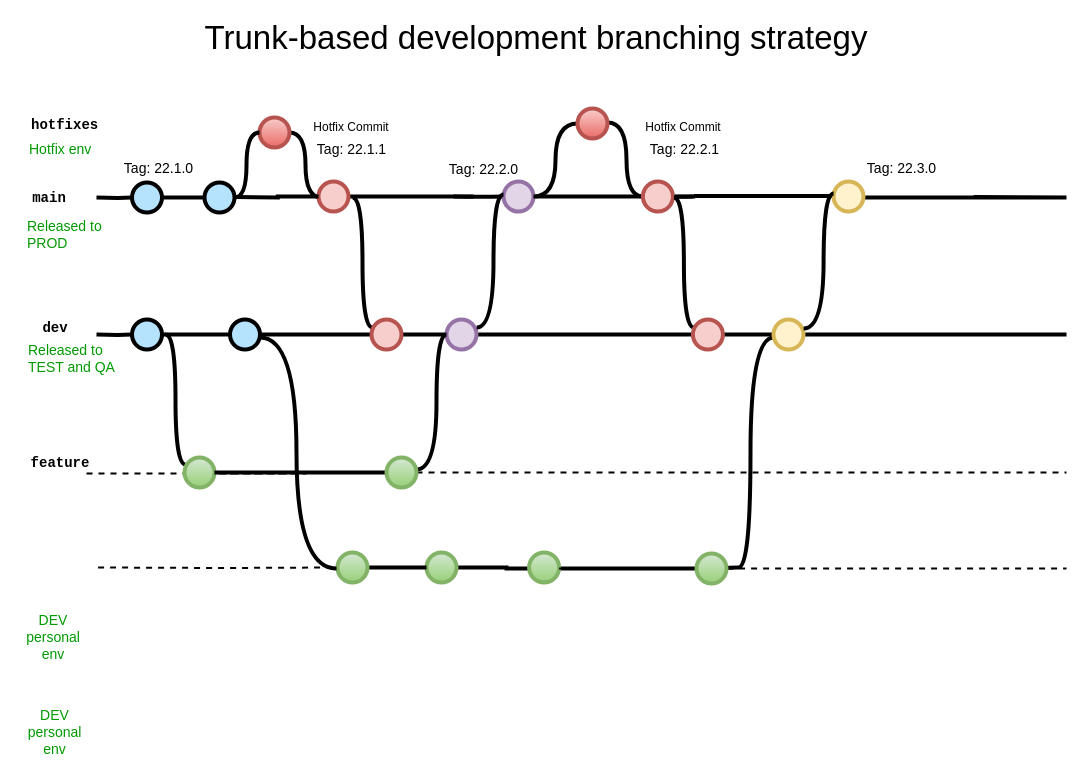
The draw.io diagram Trunk-based development diagram.drawio in pivko4life/workstuff, before the edit. Source tidied: cells renumbered, new cells numbered last; positions are measured from the earlier drawing's top-left corner, leaving out a move shared by most shapes. Both pictures are drawn from the tidied source at 100%, with x=0, y=0 at pixel (20, 17).
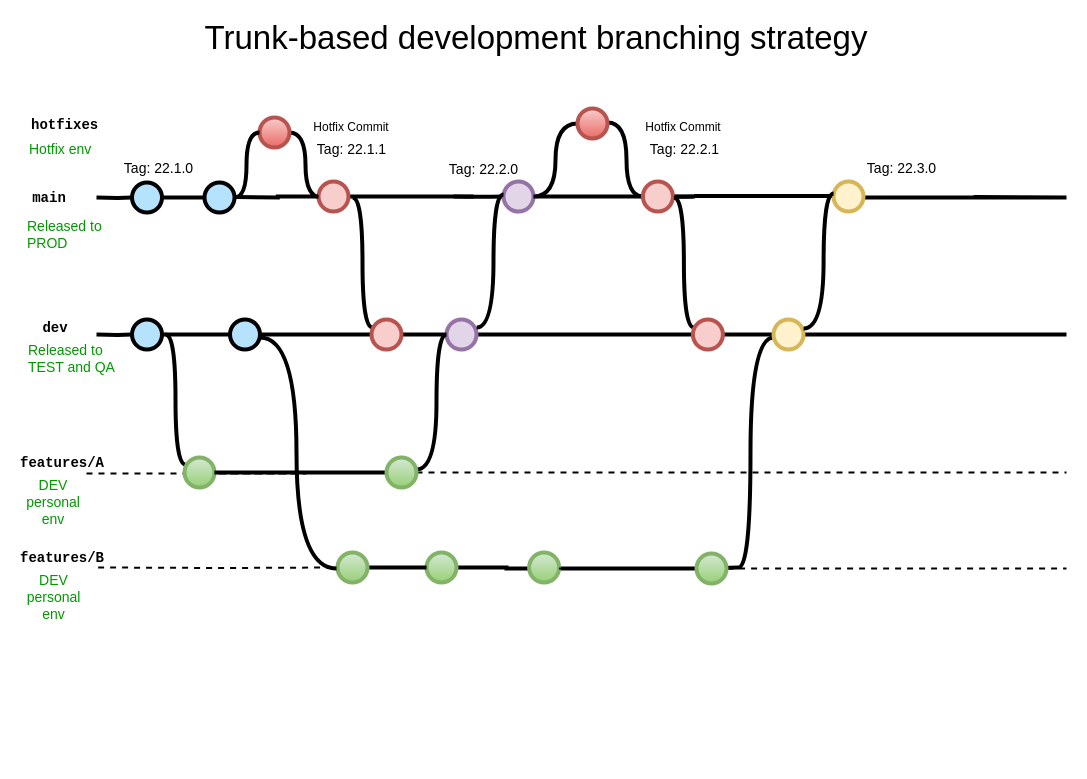
Above is the later version.

What changed in the source:
```diff
@@
-    <mxCell id="3" value="feature" style="text;html=1;strokeColor=none;fillColor=none;align=center;verticalAlign=middle;whiteSpace=wrap;overflow=hidden;fontSize=14;fontStyle=1;fontFamily=Courier New;" parent="1" vertex="1">
-      <mxGeometry x="4" y="435" width="72" height="20" as="geometry" />
+    <mxCell id="3" value="features/A" style="text;html=1;strokeColor=none;fillColor=none;align=center;verticalAlign=middle;whiteSpace=wrap;overflow=hidden;fontSize=14;fontStyle=1;fontFamily=Courier New;" parent="1" vertex="1">
+      <mxGeometry x="-3" y="435" width="90" height="20" as="geometry" />
     </mxCell>
@@
     <mxCell id="54" value="DEV personal env" style="text;html=1;strokeColor=none;fillColor=none;align=center;verticalAlign=middle;whiteSpace=wrap;overflow=hidden;fontSize=14;fontStyle=0;fontColor=#009900;" parent="1" vertex="1">
-      <mxGeometry x="0.6" y="685" width="67.2" height="60" as="geometry" />
+      <mxGeometry x="-0.2" y="550" width="67.2" height="60" as="geometry" />
     </mxCell>
@@
     <mxCell id="56" value="DEV personal env" style="text;html=1;strokeColor=none;fillColor=none;align=center;verticalAlign=middle;whiteSpace=wrap;overflow=hidden;fontSize=14;fontStyle=0;fontColor=#009900;" parent="1" vertex="1">
-      <mxGeometry x="-0.2" y="590" width="66.2" height="59" as="geometry" />
+      <mxGeometry x="-0.2" y="455" width="66.2" height="59" as="geometry" />
     </mxCell>
@@
+    <mxCell id="73" value="features/B" style="text;html=1;strokeColor=none;fillColor=none;align=center;verticalAlign=middle;whiteSpace=wrap;overflow=hidden;fontSize=14;fontStyle=1;fontFamily=Courier New;" parent="1" vertex="1">
+      <mxGeometry x="-3" y="530" width="90" height="20" as="geometry" />
+    </mxCell>
```
